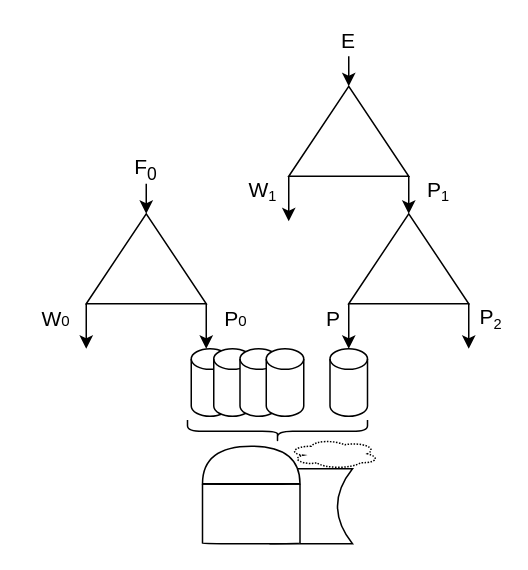
Above: cascades/drawio/Double_core.drawio in GusevVlad/Russian-Phd-LaTeX-Dissertation-Template (draw.io), before the change. Source tidied: cells renumbered, new cells numbered last; positions are measured from the earlier drawing's top-left corner, leaving out a move shared by most shapes. Both pictures are drawn from the tidied source at 150%, with x=0, y=0 at pixel (26, 26).
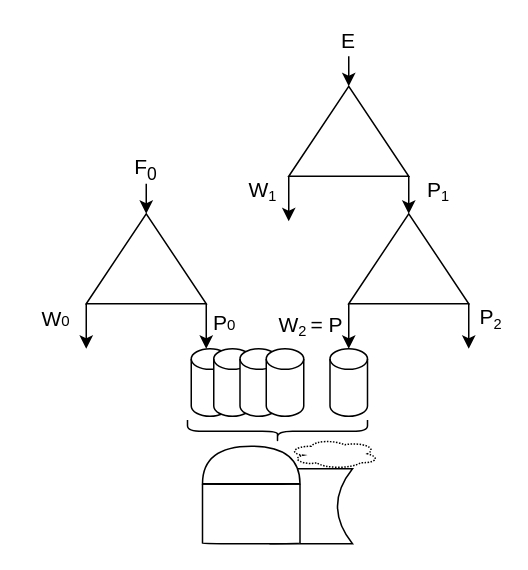
The same diagram, later.

Diff of the diagram source:
```diff
@@
-    <mxCell id="13" value="&lt;font style=&quot;font-size: 14px&quot;&gt;P&lt;/font&gt;" style="text;html=1;strokeColor=none;fillColor=none;align=center;verticalAlign=middle;whiteSpace=wrap;rounded=0;" parent="1" vertex="1">
-      <mxGeometry x="185" y="185" width="40" height="20" as="geometry" />
-    </mxCell>
@@
     <mxCell id="25" value="&lt;font style=&quot;font-size: 14px&quot;&gt;P&lt;/font&gt;&lt;font size=&quot;1&quot;&gt;0&lt;/font&gt;" style="text;html=1;strokeColor=none;fillColor=none;align=center;verticalAlign=middle;whiteSpace=wrap;rounded=0;" parent="1" vertex="1">
-      <mxGeometry x="120" y="185" width="40" height="20" as="geometry" />
+      <mxGeometry x="120" y="190" width="25" height="15" as="geometry" />
     </mxCell>
@@
+    <mxCell id="31" value="&lt;font style=&quot;font-size: 14px&quot;&gt;W&lt;font style=&quot;font-size: 11.6667px;&quot;&gt;&lt;sub&gt;2&amp;nbsp;&lt;/sub&gt;&lt;/font&gt;= P&lt;/font&gt;" style="text;html=1;strokeColor=none;fillColor=none;align=center;verticalAlign=middle;whiteSpace=wrap;rounded=0;" parent="1" vertex="1">
+      <mxGeometry x="145.3" y="190" width="89.7" height="20" as="geometry" />
+    </mxCell>
```
